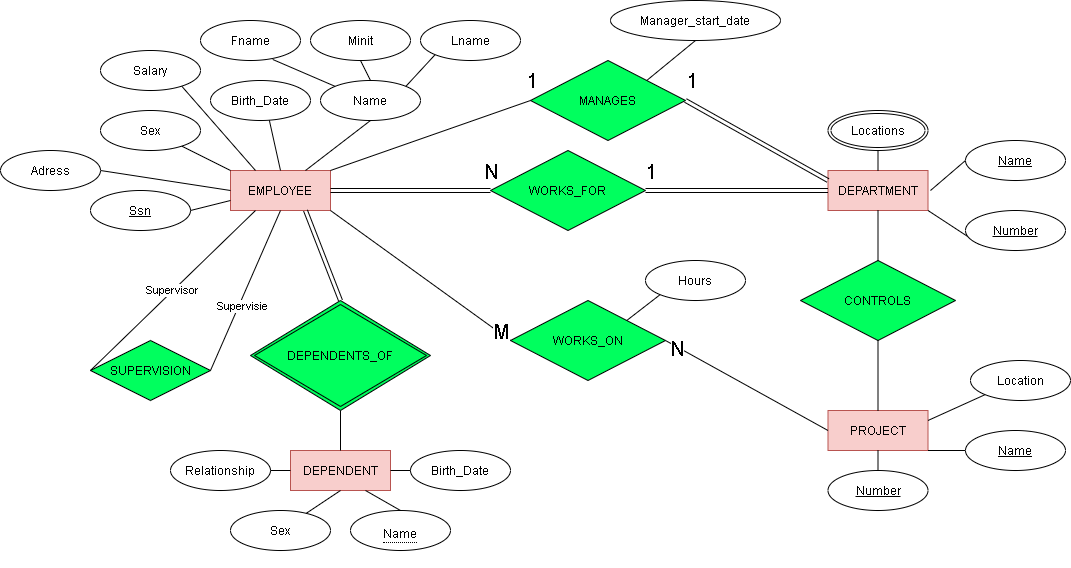
Earlier version of the draw.io export Company ER.png (Ugur0855/Company_ER_Diagram). Source tidied: cells renumbered, new cells last; positions are measured from the earlier drawing's top-left corner, leaving out a move shared by most shapes.
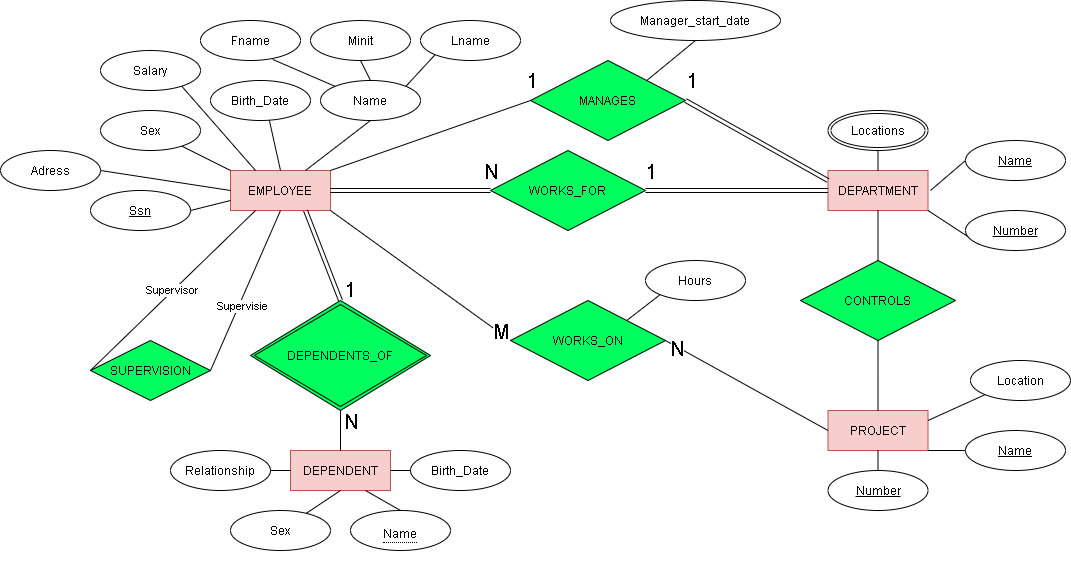
After the commit.

What changed in the source:
```diff
@@ -130,9 +130,11 @@
     <mxCell id="43" style="endArrow=none;html=1;rounded=0;entryX=0.5;entryY=0;entryDx=0;entryDy=0;noJump=0;comic=0;shape=link;exitX=0.75;exitY=1;exitDx=0;exitDy=0;" parent="1" edge="1" source="2" target="69">
       <mxGeometry relative="1" as="geometry" />
     </mxCell>
-    <mxCell id="44" style="endArrow=none;html=1;rounded=0;exitX=0.5;exitY=1;exitDx=0;exitDy=0;entryX=0.5;entryY=0;entryDx=0;entryDy=0;" parent="1" edge="1" source="69" target="5">
-      <mxGeometry relative="1" as="geometry" />
-    </mxCell>
+    <mxCell id="75" value="1" style="edgeLabel;html=1;align=center;verticalAlign=middle;fontSize=20;" parent="43" vertex="1">
+      <mxGeometry x="0.73" relative="1" as="geometry">
+        <mxPoint x="14.6" as="offset" />
+      </mxGeometry>
+    </mxCell>
     <mxCell id="45" value="WORKS_FOR" style="shape=rhombus;perimeter=rhombusPerimeter;whiteSpace=wrap;html=1;align=center;fillColor=#00FF5E;" parent="1" vertex="1">
       <mxGeometry x="490" y="150" width="155" height="80" as="geometry" />
     </mxCell>
@@ -236,5 +238,13 @@
     <mxCell id="74" value="&lt;span style=&quot;border-bottom: 1px dotted&quot;&gt;&lt;font style=&quot;font-size: 12px&quot;&gt;Name&lt;/font&gt;&lt;/span&gt;" style="ellipse;whiteSpace=wrap;html=1;align=center;rounded=0;shadow=0;sketch=0;fontSize=20;" parent="1" vertex="1">
       <mxGeometry x="350" y="510" width="100" height="40" as="geometry" />
     </mxCell>
+    <mxCell id="76" style="endArrow=none;html=1;rounded=0;exitX=0.5;exitY=0;exitDx=0;exitDy=0;entryX=0.5;entryY=1;entryDx=0;entryDy=0;" parent="1" edge="1" source="5" target="69">
+      <mxGeometry relative="1" as="geometry" />
+    </mxCell>
+    <mxCell id="77" value="N" style="edgeLabel;html=1;align=center;verticalAlign=middle;fontSize=20;" parent="76" vertex="1">
+      <mxGeometry x="0.88" y="1" relative="1" as="geometry">
+        <mxPoint x="11" y="8" as="offset" />
+      </mxGeometry>
+    </mxCell>
   </root>
 </mxGraphModel>
```
